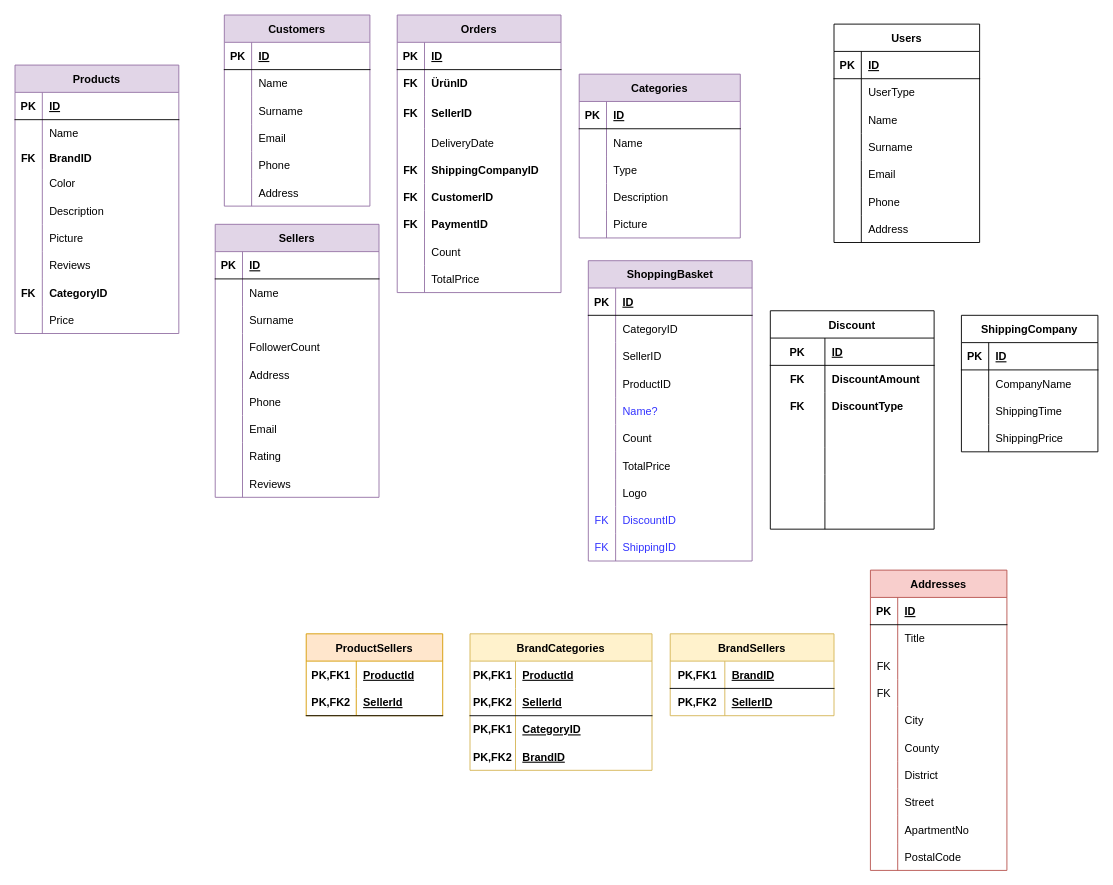
Above: Son.drawio in HandeYetisen/Python (draw.io), before the change. Source tidied: cells renumbered, new cells numbered last; positions are measured from the earlier drawing's top-left corner, leaving out a move shared by most shapes. Both pictures are drawn from the tidied source at 91%, with x=0, y=0 at pixel (15, 15).
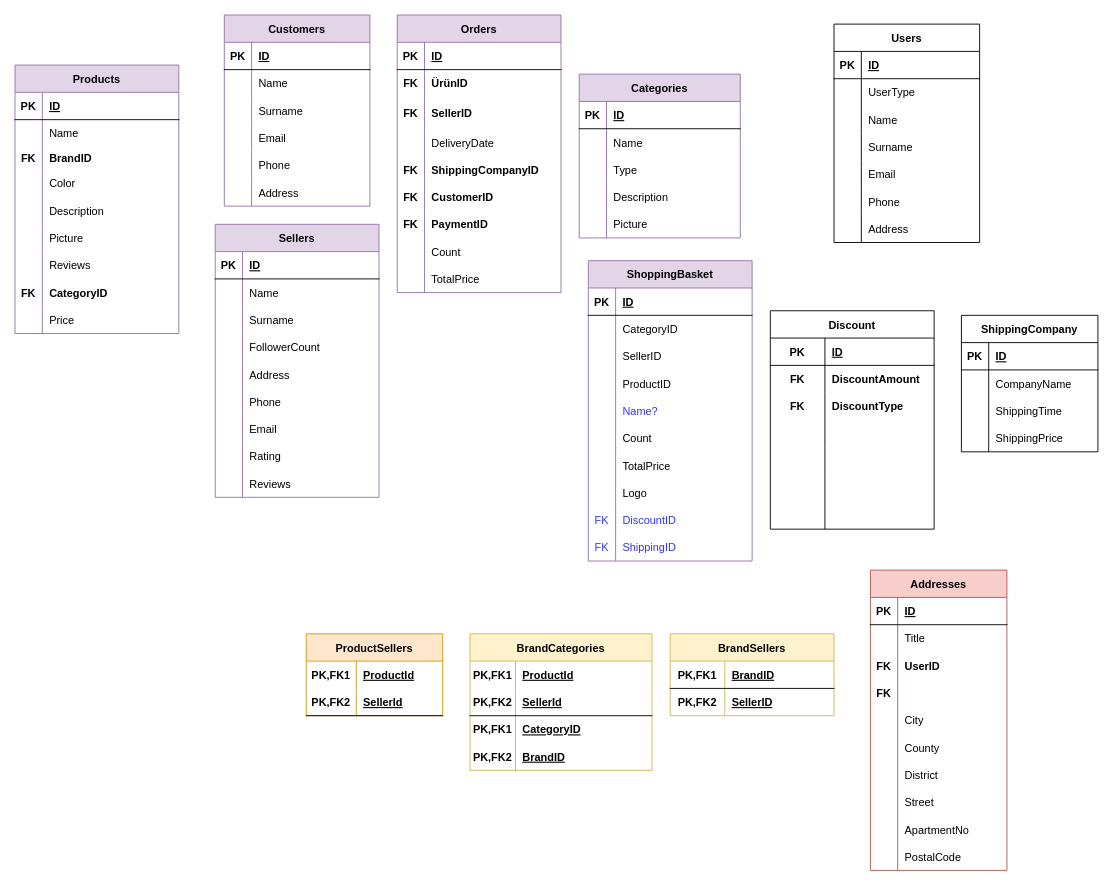
After the change.

The change refers to these unchanged cells:
```xml
<mxCell id="72" style="shape=tableRow;horizontal=0;startSize=0;swimlaneHead=0;swimlaneBody=0;fillColor=none;top=0;left=0;right=0;bottom=0;" parent="65" vertex="1">
  <mxGeometry y="90" width="150" height="30" as="geometry" />
</mxCell>
<mxCell id="75" style="shape=tableRow;horizontal=0;startSize=0;swimlaneHead=0;swimlaneBody=0;fillColor=none;points=[[0,0.5],[1,0.5]];portConstraint=eastwest;top=0;left=0;right=0;bottom=0;" parent="65" vertex="1">
  <mxGeometry y="120" width="150" height="30" as="geometry" />
</mxCell>
```

Change to the diagram source:
```diff
@@
-    <mxCell id="73" value="FK" style="shape=partialRectangle;fillColor=none;top=0;left=0;bottom=0;right=0;overflow=hidden;" parent="72" vertex="1">
+    <mxCell id="73" value="FK" style="shape=partialRectangle;fillColor=none;top=0;left=0;bottom=0;right=0;overflow=hidden;fontStyle=1;" parent="72" vertex="1">
       <mxGeometry width="30" height="30" as="geometry" />
     </mxCell>
-    <mxCell id="74" style="shape=partialRectangle;fillColor=none;top=0;left=0;bottom=0;right=0;align=left;spacingLeft=6;overflow=hidden;" parent="72" vertex="1">
+    <mxCell id="74" value="UserID" style="shape=partialRectangle;fillColor=none;top=0;left=0;bottom=0;right=0;align=left;spacingLeft=6;overflow=hidden;fontStyle=1;" parent="72" vertex="1">
       <mxGeometry x="30" width="120" height="30" as="geometry" />
     </mxCell>
@@
-    <mxCell id="76" value="FK" style="shape=partialRectangle;fillColor=none;top=0;left=0;bottom=0;right=0;overflow=hidden;" parent="75" vertex="1">
+    <mxCell id="76" value="FK" style="shape=partialRectangle;fillColor=none;top=0;left=0;bottom=0;right=0;overflow=hidden;fontStyle=1;" parent="75" vertex="1">
       <mxGeometry width="30" height="30" as="geometry" />
     </mxCell>
```
